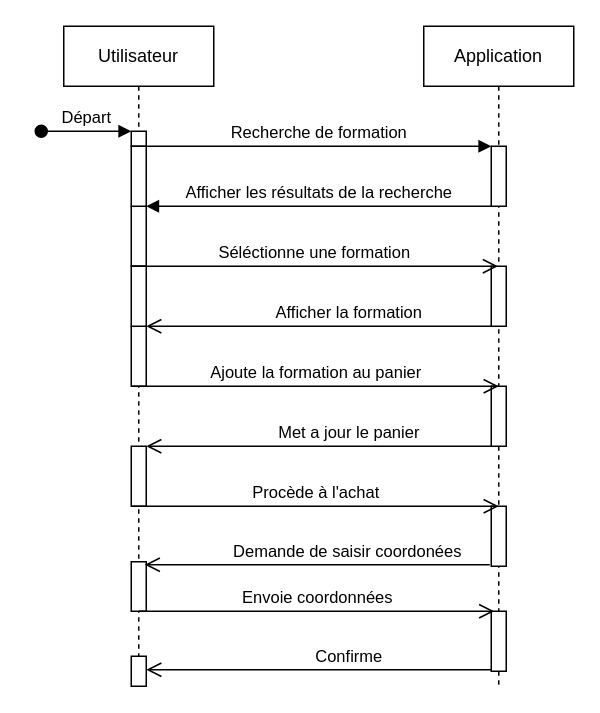
This is Prepare/V1/Diagramme de séquence.drawio from xAm64/Eval-appFormation, a draw.io file, before an edit. Source tidied: cells renumbered, new cells numbered last; positions are measured from the earlier drawing's top-left corner, leaving out a move shared by most shapes. Both pictures are drawn from the tidied source at 150%, with x=0, y=0 at pixel (40, 26).
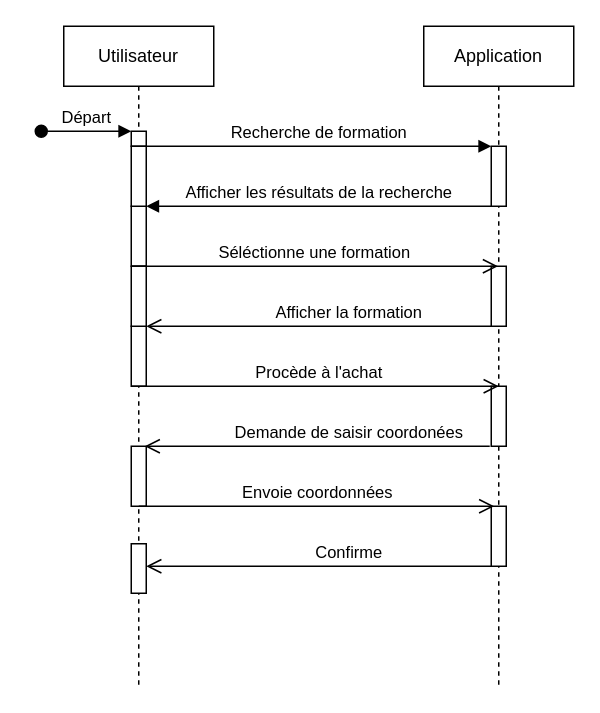
The same page after the edit.

The change refers to these unchanged cells:
```xml
<mxCell id="2" value="Utilisateur" style="shape=umlLifeline;perimeter=lifelinePerimeter;whiteSpace=wrap;html=1;newEdgeStyle={&quot;edgeStyle&quot;:&quot;elbowEdgeStyle&quot;,&quot;elbow&quot;:&quot;vertical&quot;,&quot;curved&quot;:0,&quot;rounded&quot;:0};" parent="1" vertex="1">
  <mxGeometry x="15" width="100" height="440" as="geometry" />
</mxCell>
<mxCell id="12" value="Application" style="shape=umlLifeline;perimeter=lifelinePerimeter;whiteSpace=wrap;html=1;outlineConnect=0;portConstraint=eastwest;newEdgeStyle={&quot;edgeStyle&quot;:&quot;elbowEdgeStyle&quot;,&quot;elbow&quot;:&quot;vertical&quot;,&quot;curved&quot;:0,&quot;rounded&quot;:0};" parent="1" vertex="1">
  <mxGeometry x="255" width="100" height="440" as="geometry" />
</mxCell>
```

What changed in the source:
```diff
@@
     <mxCell id="8" style="html=1;perimeter=orthogonalPerimeter;targetShapes=umlLifeline;newEdgeStyle={&quot;edgeStyle&quot;:&quot;elbowEdgeStyle&quot;,&quot;elbow&quot;:&quot;vertical&quot;,&quot;curved&quot;:0,&quot;rounded&quot;:0};" parent="2" vertex="1">
-      <mxGeometry x="45" y="357" width="10" height="33" as="geometry" />
+      <mxGeometry x="45" y="345" width="10" height="33" as="geometry" />
     </mxCell>
@@
-    <mxCell id="11" style="html=1;perimeter=orthogonalPerimeter;targetShapes=umlLifeline;newEdgeStyle={&quot;edgeStyle&quot;:&quot;elbowEdgeStyle&quot;,&quot;elbow&quot;:&quot;vertical&quot;,&quot;curved&quot;:0,&quot;rounded&quot;:0};" parent="2" vertex="1">
-      <mxGeometry x="45" y="420" width="10" height="20" as="geometry" />
-    </mxCell>
@@
-    <mxCell id="17" style="html=1;perimeter=orthogonalPerimeter;targetShapes=umlLifeline;newEdgeStyle={&quot;edgeStyle&quot;:&quot;elbowEdgeStyle&quot;,&quot;elbow&quot;:&quot;vertical&quot;,&quot;curved&quot;:0,&quot;rounded&quot;:0};" parent="12" vertex="1">
-      <mxGeometry x="45" y="390" width="10" height="40" as="geometry" />
-    </mxCell>
@@
-    <mxCell id="22" value="Ajoute la formation au panier" style="html=1;verticalAlign=bottom;endArrow=open;endSize=8;edgeStyle=elbowEdgeStyle;elbow=vertical;curved=0;rounded=0;" parent="1" edge="1">
-      <mxGeometry relative="1" as="geometry">
-        <mxPoint x="60" y="240" as="sourcePoint" />
-        <mxPoint x="305" y="240" as="targetPoint" />
-        <Array as="points">
-          <mxPoint x="145" y="240" />
-          <mxPoint x="125" y="250" />
-        </Array>
-      </mxGeometry>
-    </mxCell>
-    <mxCell id="23" value="Met a jour le panier" style="html=1;verticalAlign=bottom;endArrow=open;endSize=8;edgeStyle=elbowEdgeStyle;elbow=vertical;curved=0;rounded=0;" parent="1" edge="1">
-      <mxGeometry x="-0.17" relative="1" as="geometry">
-        <mxPoint x="300" y="280" as="sourcePoint" />
-        <mxPoint x="70" y="280" as="targetPoint" />
-        <Array as="points">
-          <mxPoint x="135" y="280" />
-        </Array>
-      </mxGeometry>
-    </mxCell>
     <mxCell id="24" value="Procède à l'achat" style="html=1;verticalAlign=bottom;endArrow=open;endSize=8;edgeStyle=elbowEdgeStyle;elbow=vertical;curved=0;rounded=0;" parent="1" edge="1">
-      <mxGeometry relative="1" as="geometry">
-        <mxPoint x="60" y="320" as="sourcePoint" />
-        <mxPoint x="305" y="320" as="targetPoint" />
+      <mxGeometry x="0.02" relative="1" as="geometry">
+        <mxPoint x="60" y="240" as="sourcePoint" />
+        <mxPoint x="305" y="240" as="targetPoint" />
         <Array as="points">
-          <mxPoint x="145" y="320" />
-          <mxPoint x="125" y="330" />
+          <mxPoint x="145" y="240" />
+          <mxPoint x="125" y="250" />
         </Array>
       </mxGeometry>
     </mxCell>
     <mxCell id="25" value="Demande de saisir coordonées" style="html=1;verticalAlign=bottom;endArrow=open;endSize=8;edgeStyle=elbowEdgeStyle;elbow=vertical;curved=0;rounded=0;" parent="1" edge="1">
-      <mxGeometry x="-0.17" relative="1" as="geometry">
-        <mxPoint x="299" y="359" as="sourcePoint" />
-        <mxPoint x="69" y="359" as="targetPoint" />
+      <mxGeometry x="-0.18" relative="1" as="geometry">
+        <mxPoint x="299" y="280" as="sourcePoint" />
+        <mxPoint x="69" y="280" as="targetPoint" />
         <Array as="points">
-          <mxPoint x="134" y="359" />
+          <mxPoint x="134" y="280" />
         </Array>
       </mxGeometry>
     </mxCell>
     <mxCell id="26" value="Envoie coordonnées" style="html=1;verticalAlign=bottom;endArrow=open;endSize=8;edgeStyle=elbowEdgeStyle;elbow=vertical;curved=0;rounded=0;" parent="1" edge="1">
       <mxGeometry relative="1" as="geometry">
-        <mxPoint x="65" y="390" as="sourcePoint" />
-        <mxPoint x="302" y="390" as="targetPoint" />
+        <mxPoint x="65" y="320" as="sourcePoint" />
+        <mxPoint x="302" y="320" as="targetPoint" />
         <Array as="points">
-          <mxPoint x="142" y="390" />
-          <mxPoint x="122" y="400" />
+          <mxPoint x="142" y="320" />
+          <mxPoint x="122" y="330" />
         </Array>
       </mxGeometry>
     </mxCell>
     <mxCell id="27" value="Confirme" style="html=1;verticalAlign=bottom;endArrow=open;endSize=8;edgeStyle=elbowEdgeStyle;elbow=vertical;curved=0;rounded=0;" parent="1" edge="1">
       <mxGeometry x="-0.17" relative="1" as="geometry">
-        <mxPoint x="300" y="429" as="sourcePoint" />
-        <mxPoint x="70" y="429" as="targetPoint" />
+        <mxPoint x="300" y="360" as="sourcePoint" />
+        <mxPoint x="70" y="360" as="targetPoint" />
         <Array as="points">
-          <mxPoint x="135" y="429" />
+          <mxPoint x="135" y="360" />
         </Array>
       </mxGeometry>
     </mxCell>
```
